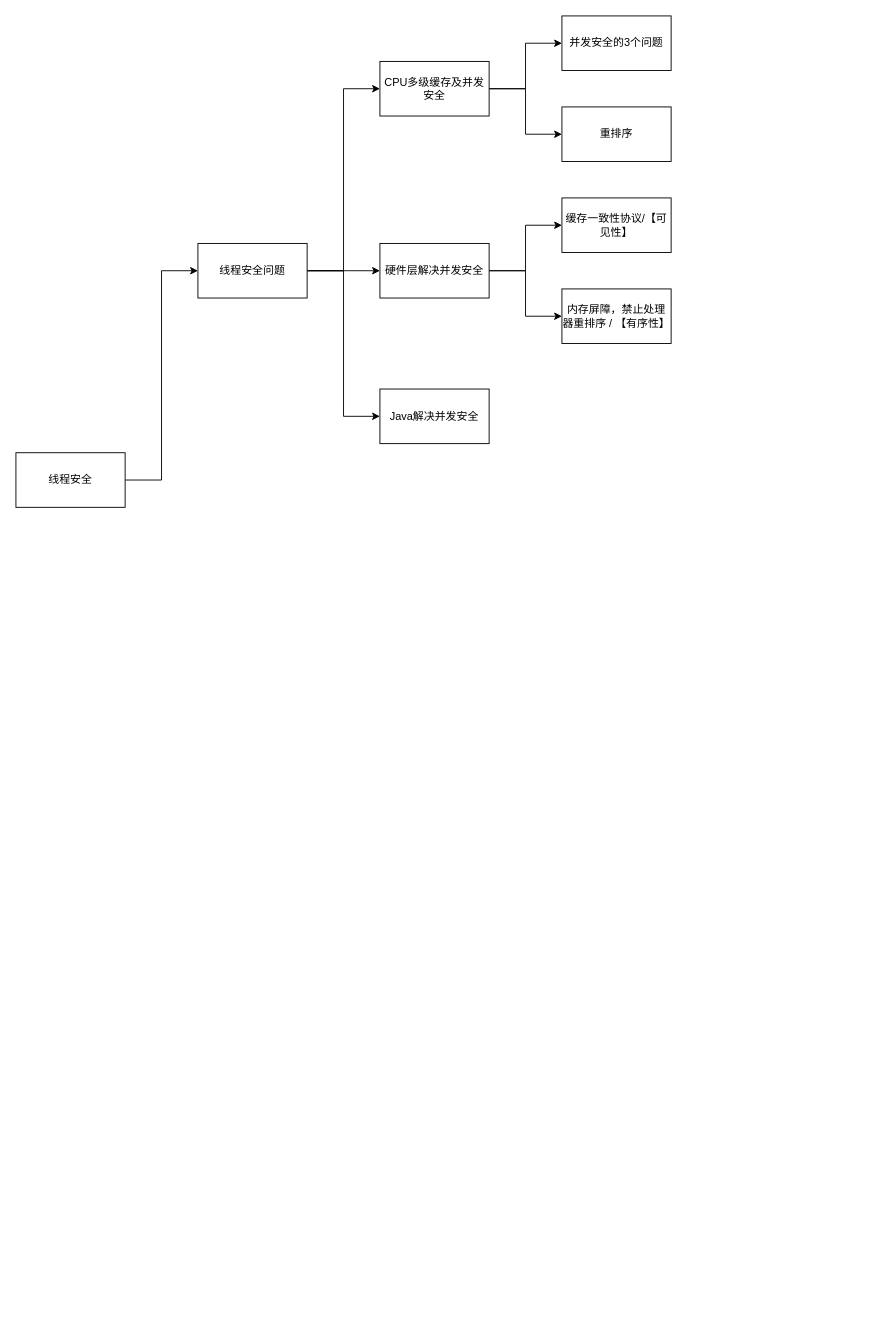
wt1814/wt1814.github.io keeps this draw.io diagram as images/draw/Concurrent.drawio. Above is the earlier version. Source tidied: cells renumbered, new cells numbered last; positions are measured from the earlier drawing's top-left corner, leaving out a move shared by most shapes. Both pictures are drawn from the tidied source at 91%, with x=0, y=0 at pixel (15, 15).
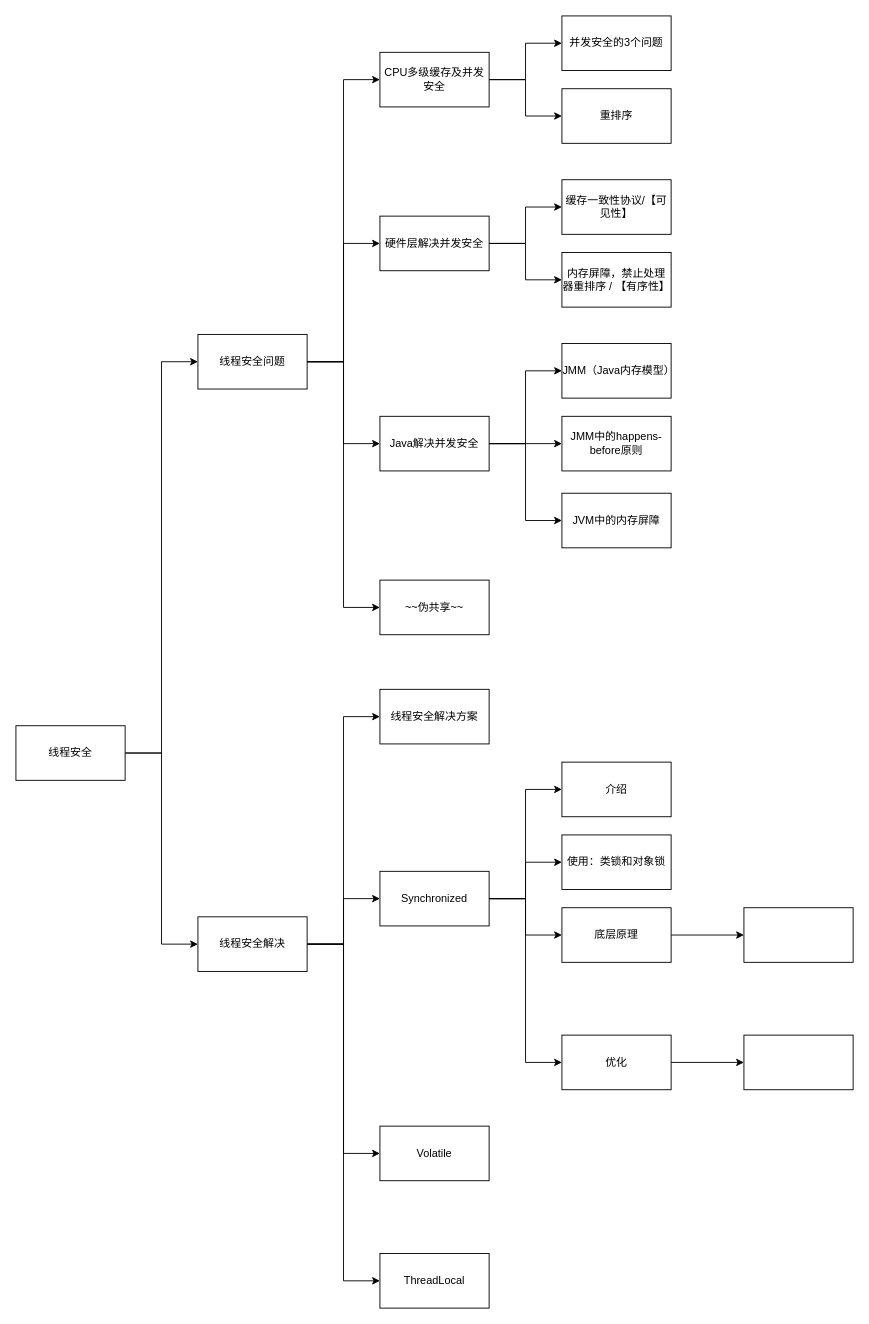
The same page after the edit.

Diff of the diagram source:
```diff
@@
+    <mxCell id="19" style="edgeStyle=orthogonalEdgeStyle;rounded=0;jettySize=auto;html=1;entryX=0;entryY=0.5;entryDx=0;entryDy=0;" parent="1" edge="1" source="5" target="27">
+      <mxGeometry relative="1" as="geometry" />
+    </mxCell>
     <mxCell id="5" value="线程安全问题" style="rounded=0;whiteSpace=wrap;html=1;" parent="1" vertex="1">
-      <mxGeometry x="200" y="250" width="120" height="60" as="geometry" />
+      <mxGeometry x="200" y="350" width="120" height="60" as="geometry" />
     </mxCell>
@@
     <mxCell id="8" value="CPU多级缓存及并发安全" style="rounded=0;whiteSpace=wrap;html=1;" parent="1" vertex="1">
-      <mxGeometry x="400" y="50" width="120" height="60" as="geometry" />
+      <mxGeometry x="400" y="40" width="120" height="60" as="geometry" />
     </mxCell>
+    <mxCell id="20" style="edgeStyle=orthogonalEdgeStyle;rounded=0;jettySize=auto;html=1;entryX=0;entryY=0.5;entryDx=0;entryDy=0;" parent="1" edge="1" source="9" target="24">
+      <mxGeometry relative="1" as="geometry" />
+    </mxCell>
+    <mxCell id="21" style="edgeStyle=orthogonalEdgeStyle;rounded=0;jettySize=auto;html=1;entryX=0;entryY=0.5;entryDx=0;entryDy=0;" parent="1" edge="1" source="9" target="25">
+      <mxGeometry relative="1" as="geometry" />
+    </mxCell>
+    <mxCell id="22" style="edgeStyle=orthogonalEdgeStyle;rounded=0;jettySize=auto;html=1;entryX=0;entryY=0.5;entryDx=0;entryDy=0;" parent="1" edge="1" source="9" target="26">
+      <mxGeometry relative="1" as="geometry" />
+    </mxCell>
     <mxCell id="9" value="Java解决并发安全" style="rounded=0;whiteSpace=wrap;html=1;" parent="1" vertex="1">
-      <mxGeometry x="400" y="410" width="120" height="60" as="geometry" />
+      <mxGeometry x="400" y="440" width="120" height="60" as="geometry" />
     </mxCell>
@@
     <mxCell id="11" value="重排序" style="rounded=0;whiteSpace=wrap;html=1;" parent="1" vertex="1">
-      <mxGeometry x="600" y="100" width="120" height="60" as="geometry" />
+      <mxGeometry x="600" y="80" width="120" height="60" as="geometry" />
     </mxCell>
@@
+    <mxCell id="23" style="edgeStyle=orthogonalEdgeStyle;rounded=0;jettySize=auto;html=1;entryX=0;entryY=0.5;entryDx=0;entryDy=0;" parent="1" edge="1" source="13" target="32">
+      <mxGeometry relative="1" as="geometry" />
+    </mxCell>
     <mxCell id="13" value="线程安全" style="rounded=0;whiteSpace=wrap;html=1;" parent="1" vertex="1">
-      <mxGeometry y="480" width="120" height="60" as="geometry" />
+      <mxGeometry y="780" width="120" height="60" as="geometry" />
     </mxCell>
-    <mxCell id="14" style="edgeStyle=orthogonalEdgeStyle;rounded=0;jettySize=auto;html=1;" parent="1" edge="1" source="16" target="17">
+    <mxCell id="14" style="edgeStyle=orthogonalEdgeStyle;rounded=0;jettySize=auto;html=1;entryX=0;entryY=0.5;entryDx=0;entryDy=0;" parent="1" edge="1" source="16" target="17">
       <mxGeometry relative="1" as="geometry" />
     </mxCell>
@@
     <mxCell id="16" value="硬件层解决并发安全" style="rounded=0;whiteSpace=wrap;html=1;" parent="1" vertex="1">
-      <mxGeometry x="400" y="250" width="120" height="60" as="geometry" />
+      <mxGeometry x="400" y="220" width="120" height="60" as="geometry" />
     </mxCell>
     <mxCell id="17" value="缓存一致性协议/【可见性】" style="rounded=0;whiteSpace=wrap;html=1;" parent="1" vertex="1">
-      <mxGeometry x="600" y="200" width="120" height="60" as="geometry" />
+      <mxGeometry x="600" y="180" width="120" height="60" as="geometry" />
     </mxCell>
     <mxCell id="18" value="内存屏障，禁止处理器重排序 / 【有序性】" style="rounded=0;whiteSpace=wrap;html=1;" parent="1" vertex="1">
-      <mxGeometry x="600" y="300" width="120" height="60" as="geometry" />
+      <mxGeometry x="600" y="260" width="120" height="60" as="geometry" />
     </mxCell>
+    <mxCell id="24" value="JMM（Java内存模型）" style="rounded=0;whiteSpace=wrap;html=1;" parent="1" vertex="1">
+      <mxGeometry x="600" y="360" width="120" height="60" as="geometry" />
+    </mxCell>
+    <mxCell id="25" value="JMM中的happens-before原则" style="rounded=0;whiteSpace=wrap;html=1;" parent="1" vertex="1">
+      <mxGeometry x="600" y="440" width="120" height="60" as="geometry" />
+    </mxCell>
+    <mxCell id="26" value="JVM中的内存屏障" style="rounded=0;whiteSpace=wrap;html=1;" parent="1" vertex="1">
+      <mxGeometry x="600" y="524.5" width="120" height="60" as="geometry" />
+    </mxCell>
+    <mxCell id="27" value="~~伪共享~~" style="rounded=0;whiteSpace=wrap;html=1;" parent="1" vertex="1">
+      <mxGeometry x="400" y="620" width="120" height="60" as="geometry" />
+    </mxCell>
+    <mxCell id="28" style="edgeStyle=orthogonalEdgeStyle;rounded=0;jettySize=auto;html=1;entryX=0;entryY=0.5;entryDx=0;entryDy=0;" parent="1" edge="1" source="32" target="33">
+      <mxGeometry relative="1" as="geometry" />
+    </mxCell>
+    <mxCell id="29" style="edgeStyle=orthogonalEdgeStyle;rounded=0;jettySize=auto;html=1;entryX=0;entryY=0.5;entryDx=0;entryDy=0;" parent="1" edge="1" source="32" target="38">
+      <mxGeometry relative="1" as="geometry" />
+    </mxCell>
+    <mxCell id="30" style="edgeStyle=orthogonalEdgeStyle;rounded=0;jettySize=auto;html=1;entryX=0;entryY=0.5;entryDx=0;entryDy=0;" parent="1" edge="1" source="32" target="39">
+      <mxGeometry relative="1" as="geometry" />
+    </mxCell>
+    <mxCell id="31" style="edgeStyle=orthogonalEdgeStyle;rounded=0;jettySize=auto;html=1;entryX=0;entryY=0.5;entryDx=0;entryDy=0;" parent="1" edge="1" source="32" target="40">
+      <mxGeometry relative="1" as="geometry" />
+    </mxCell>
+    <mxCell id="32" value="线程安全解决" style="rounded=0;whiteSpace=wrap;html=1;" parent="1" vertex="1">
+      <mxGeometry x="200" y="990" width="120" height="60" as="geometry" />
+    </mxCell>
+    <mxCell id="33" value="线程安全解决方案" style="rounded=0;whiteSpace=wrap;html=1;" parent="1" vertex="1">
+      <mxGeometry x="400" y="740" width="120" height="60" as="geometry" />
+    </mxCell>
+    <mxCell id="34" style="edgeStyle=orthogonalEdgeStyle;rounded=0;jettySize=auto;html=1;entryX=0;entryY=0.5;entryDx=0;entryDy=0;" parent="1" edge="1" source="38" target="41">
+      <mxGeometry relative="1" as="geometry" />
+    </mxCell>
+    <mxCell id="35" style="edgeStyle=orthogonalEdgeStyle;rounded=0;jettySize=auto;html=1;entryX=0;entryY=0.5;entryDx=0;entryDy=0;" parent="1" edge="1" source="38" target="42">
+      <mxGeometry relative="1" as="geometry" />
+    </mxCell>
+    <mxCell id="36" style="edgeStyle=orthogonalEdgeStyle;rounded=0;jettySize=auto;html=1;" parent="1" edge="1" source="38" target="46">
+      <mxGeometry relative="1" as="geometry" />
+    </mxCell>
+    <mxCell id="37" style="edgeStyle=orthogonalEdgeStyle;rounded=0;jettySize=auto;html=1;entryX=0;entryY=0.5;entryDx=0;entryDy=0;" parent="1" edge="1" source="38" target="44">
+      <mxGeometry relative="1" as="geometry" />
+    </mxCell>
+    <mxCell id="38" value="Synchronized" style="rounded=0;whiteSpace=wrap;html=1;" parent="1" vertex="1">
+      <mxGeometry x="400" y="940" width="120" height="60" as="geometry" />
+    </mxCell>
+    <mxCell id="39" value="Volatile" style="rounded=0;whiteSpace=wrap;html=1;" parent="1" vertex="1">
+      <mxGeometry x="400" y="1220" width="120" height="60" as="geometry" />
+    </mxCell>
+    <mxCell id="40" value="ThreadLocal" style="rounded=0;whiteSpace=wrap;html=1;" parent="1" vertex="1">
+      <mxGeometry x="400" y="1360" width="120" height="60" as="geometry" />
+    </mxCell>
+    <mxCell id="41" value="介绍" style="rounded=0;whiteSpace=wrap;html=1;" parent="1" vertex="1">
+      <mxGeometry x="600" y="820" width="120" height="60" as="geometry" />
+    </mxCell>
+    <mxCell id="42" value="使用：类锁和对象锁" style="rounded=0;whiteSpace=wrap;html=1;" parent="1" vertex="1">
+      <mxGeometry x="600" y="900" width="120" height="60" as="geometry" />
+    </mxCell>
+    <mxCell id="43" style="edgeStyle=orthogonalEdgeStyle;rounded=0;jettySize=auto;html=1;" parent="1" edge="1" source="44" target="48">
+      <mxGeometry relative="1" as="geometry" />
+    </mxCell>
+    <mxCell id="44" value="优化" style="rounded=0;whiteSpace=wrap;html=1;" parent="1" vertex="1">
+      <mxGeometry x="600" y="1120" width="120" height="60" as="geometry" />
+    </mxCell>
+    <mxCell id="45" style="edgeStyle=orthogonalEdgeStyle;rounded=0;jettySize=auto;html=1;" parent="1" edge="1" source="46" target="47">
+      <mxGeometry relative="1" as="geometry" />
+    </mxCell>
+    <mxCell id="46" value="底层原理" style="rounded=0;whiteSpace=wrap;html=1;" parent="1" vertex="1">
+      <mxGeometry x="600" y="980" width="120" height="60" as="geometry" />
+    </mxCell>
+    <mxCell id="47" style="rounded=0;whiteSpace=wrap;html=1;" parent="1" vertex="1">
+      <mxGeometry x="800" y="980" width="120" height="60" as="geometry" />
+    </mxCell>
+    <mxCell id="48" style="rounded=0;whiteSpace=wrap;html=1;" parent="1" vertex="1">
+      <mxGeometry x="800" y="1120" width="120" height="60" as="geometry" />
+    </mxCell>
```
